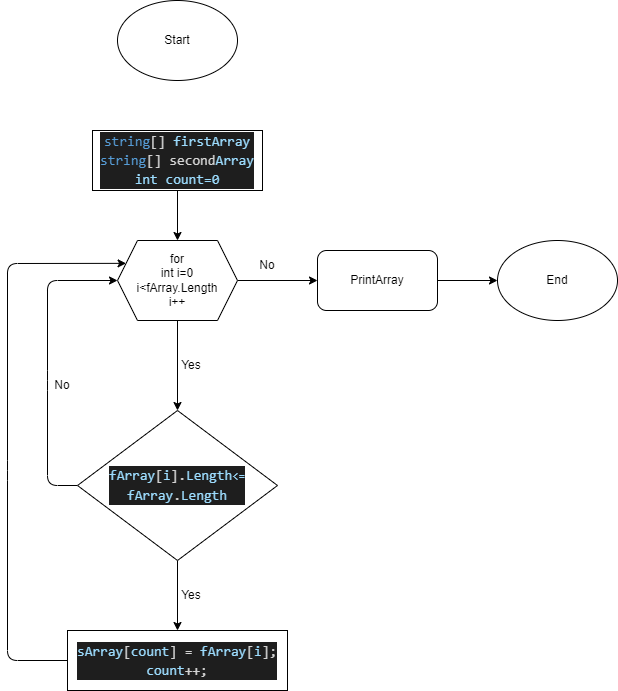
This is Diagram/scheme.drawio.png from Eugeniya94/FinalTest_1, a draw.io export, as it was before one commit. Source tidied: cells renumbered, new cells last; positions are measured from the earlier drawing's top-left corner, leaving out a move shared by most shapes.
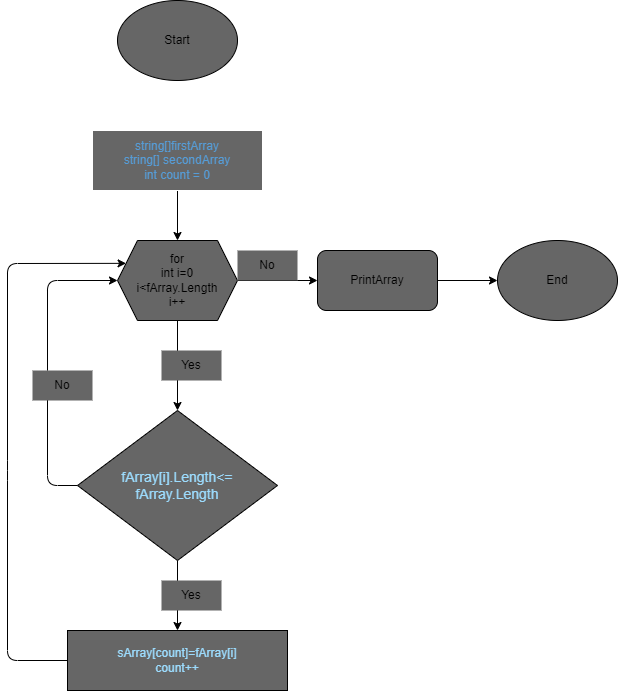
The same diagram one commit later.

What changed in the source:
```diff
@@ -2,25 +2,25 @@
   <root>
     <mxCell id="0" />
     <mxCell id="1" parent="0" />
-    <mxCell id="2" style="edgeStyle=none;html=1;entryX=0.5;entryY=0;entryDx=0;entryDy=0;" parent="1" edge="1" source="3" target="6">
+    <mxCell id="2" style="edgeStyle=none;html=1;entryX=0.5;entryY=0;entryDx=0;entryDy=0;fillColor=#666666;" parent="1" edge="1" source="3" target="6">
       <mxGeometry relative="1" as="geometry" />
     </mxCell>
-    <mxCell id="3" value="&lt;div style=&quot;color: rgb(212 , 212 , 212) ; background-color: rgb(30 , 30 , 30) ; font-family: &amp;#34;consolas&amp;#34; , &amp;#34;courier new&amp;#34; , monospace ; font-size: 14px ; line-height: 19px&quot;&gt;&lt;span style=&quot;color: #569cd6&quot;&gt;string&lt;/span&gt;[] &lt;span style=&quot;color: #9cdcfe&quot;&gt;firstArray&lt;/span&gt;&lt;/div&gt;&lt;div style=&quot;color: rgb(212 , 212 , 212) ; background-color: rgb(30 , 30 , 30) ; font-family: &amp;#34;consolas&amp;#34; , &amp;#34;courier new&amp;#34; , monospace ; font-size: 14px ; line-height: 19px&quot;&gt;&lt;div style=&quot;font-family: &amp;#34;consolas&amp;#34; , &amp;#34;courier new&amp;#34; , monospace ; line-height: 19px&quot;&gt;&lt;span style=&quot;color: #569cd6&quot;&gt;string&lt;/span&gt;[] second&lt;span style=&quot;color: #9cdcfe&quot;&gt;Array&lt;/span&gt;&lt;/div&gt;&lt;div style=&quot;font-family: &amp;#34;consolas&amp;#34; , &amp;#34;courier new&amp;#34; , monospace ; line-height: 19px&quot;&gt;&lt;span style=&quot;color: #9cdcfe&quot;&gt;int count=0&lt;/span&gt;&lt;/div&gt;&lt;/div&gt;" style="rounded=0;whiteSpace=wrap;html=1;" parent="1" vertex="1">
+    <mxCell id="3" value="&lt;font color=&quot;#569cd6&quot;&gt;string[]firstArray&lt;br&gt;string[] secondArray&lt;br&gt;int count = 0&lt;br&gt;&lt;/font&gt;" style="rounded=0;whiteSpace=wrap;html=1;fillColor=#666666;strokeColor=#FFFFFF;" parent="1" vertex="1">
       <mxGeometry x="85" y="130" width="170" height="60" as="geometry" />
     </mxCell>
-    <mxCell id="4" style="edgeStyle=none;html=1;entryX=0.5;entryY=0;entryDx=0;entryDy=0;" parent="1" edge="1" source="6" target="9">
+    <mxCell id="4" style="edgeStyle=none;html=1;entryX=0.5;entryY=0;entryDx=0;entryDy=0;fillColor=#666666;" parent="1" edge="1" source="6" target="9">
       <mxGeometry relative="1" as="geometry" />
     </mxCell>
-    <mxCell id="5" style="edgeStyle=none;html=1;entryX=0;entryY=0.5;entryDx=0;entryDy=0;" parent="1" edge="1" source="6" target="16">
+    <mxCell id="5" style="edgeStyle=none;html=1;entryX=0;entryY=0.5;entryDx=0;entryDy=0;fillColor=#666666;" parent="1" edge="1" source="6" target="16">
       <mxGeometry relative="1" as="geometry" />
     </mxCell>
-    <mxCell id="6" value="for&lt;br&gt;int i=0&lt;br&gt;i&amp;lt;fArray.Length&lt;br&gt;i++" style="shape=hexagon;perimeter=hexagonPerimeter2;whiteSpace=wrap;html=1;fixedSize=1;" parent="1" vertex="1">
+    <mxCell id="6" value="for&lt;br&gt;int i=0&lt;br&gt;i&amp;lt;fArray.Length&lt;br&gt;i++" style="shape=hexagon;perimeter=hexagonPerimeter2;whiteSpace=wrap;html=1;fixedSize=1;fillColor=#666666;" parent="1" vertex="1">
       <mxGeometry x="110" y="240" width="120" height="80" as="geometry" />
     </mxCell>
-    <mxCell id="7" style="edgeStyle=none;html=1;" parent="1" edge="1" source="9" target="12">
+    <mxCell id="7" style="edgeStyle=none;html=1;fillColor=#666666;" parent="1" edge="1" source="9" target="12">
       <mxGeometry relative="1" as="geometry" />
     </mxCell>
-    <mxCell id="8" style="edgeStyle=none;html=1;entryX=0;entryY=0.5;entryDx=0;entryDy=0;exitX=0;exitY=0.5;exitDx=0;exitDy=0;" parent="1" edge="1" source="9" target="6">
+    <mxCell id="8" style="edgeStyle=none;html=1;entryX=0;entryY=0.5;entryDx=0;entryDy=0;exitX=0;exitY=0.5;exitDx=0;exitDy=0;fillColor=#666666;" parent="1" edge="1" source="9" target="6">
       <mxGeometry relative="1" as="geometry">
         <Array as="points">
           <mxPoint x="40" y="485" />
@@ -29,13 +29,13 @@
         </Array>
       </mxGeometry>
     </mxCell>
-    <mxCell id="9" value="&lt;div style=&quot;color: rgb(212 , 212 , 212) ; background-color: rgb(30 , 30 , 30) ; font-family: &amp;#34;consolas&amp;#34; , &amp;#34;courier new&amp;#34; , monospace ; line-height: 19px&quot;&gt;&lt;span style=&quot;font-size: 14px ; color: rgb(156 , 220 , 254)&quot;&gt;fArray&lt;/span&gt;&lt;span style=&quot;font-size: 14px&quot;&gt;[&lt;/span&gt;&lt;span style=&quot;font-size: 14px ; color: rgb(156 , 220 , 254)&quot;&gt;i&lt;/span&gt;&lt;span style=&quot;font-size: 14px&quot;&gt;].&lt;/span&gt;&lt;span style=&quot;color: rgb(156 , 220 , 254)&quot;&gt;&lt;span style=&quot;font-size: 14px&quot;&gt;Length&lt;/span&gt;&lt;span style=&quot;font-size: 11.6667px&quot;&gt;&amp;lt;=&lt;/span&gt;&lt;/span&gt;&lt;/div&gt;&lt;div style=&quot;color: rgb(212 , 212 , 212) ; background-color: rgb(30 , 30 , 30) ; font-family: &amp;#34;consolas&amp;#34; , &amp;#34;courier new&amp;#34; , monospace ; line-height: 19px&quot;&gt;&lt;div style=&quot;font-family: &amp;#34;consolas&amp;#34; , &amp;#34;courier new&amp;#34; , monospace ; font-size: 14px ; line-height: 19px&quot;&gt;&lt;span style=&quot;color: #9cdcfe&quot;&gt;fArray&lt;/span&gt;.&lt;span style=&quot;color: #9cdcfe&quot;&gt;Length&lt;/span&gt;&lt;/div&gt;&lt;/div&gt;" style="rhombus;whiteSpace=wrap;html=1;" parent="1" vertex="1">
+    <mxCell id="9" value="&lt;font color=&quot;#9cdcfe&quot;&gt;&lt;span style=&quot;font-size: 14px&quot;&gt;fArray[i].Length&amp;lt;=&lt;br&gt;fArray.Length&lt;br&gt;&lt;/span&gt;&lt;/font&gt;" style="rhombus;whiteSpace=wrap;html=1;fillColor=#666666;" parent="1" vertex="1">
       <mxGeometry x="70" y="410" width="200" height="150" as="geometry" />
     </mxCell>
-    <mxCell id="10" value="Yes" style="text;html=1;strokeColor=none;fillColor=none;align=center;verticalAlign=middle;whiteSpace=wrap;rounded=0;" parent="1" vertex="1">
+    <mxCell id="10" value="Yes" style="text;html=1;strokeColor=none;fillColor=#666666;align=center;verticalAlign=middle;whiteSpace=wrap;rounded=0;" parent="1" vertex="1">
       <mxGeometry x="154" y="350" width="60" height="30" as="geometry" />
     </mxCell>
-    <mxCell id="11" style="edgeStyle=none;html=1;entryX=0;entryY=0.25;entryDx=0;entryDy=0;exitX=0;exitY=0.5;exitDx=0;exitDy=0;" parent="1" edge="1" source="12" target="6">
+    <mxCell id="11" style="edgeStyle=none;html=1;entryX=0;entryY=0.25;entryDx=0;entryDy=0;exitX=0;exitY=0.5;exitDx=0;exitDy=0;fillColor=#666666;" parent="1" edge="1" source="12" target="6">
       <mxGeometry relative="1" as="geometry">
         <Array as="points">
           <mxPoint y="660" />
@@ -44,31 +44,31 @@
         </Array>
       </mxGeometry>
     </mxCell>
-    <mxCell id="12" value="&lt;div style=&quot;color: rgb(212 , 212 , 212) ; background-color: rgb(30 , 30 , 30) ; font-family: &amp;#34;consolas&amp;#34; , &amp;#34;courier new&amp;#34; , monospace ; font-size: 14px ; line-height: 19px&quot;&gt;&lt;div&gt;&lt;span style=&quot;color: #9cdcfe&quot;&gt;sArray&lt;/span&gt;[&lt;span style=&quot;color: #9cdcfe&quot;&gt;count&lt;/span&gt;] = &lt;span style=&quot;color: #9cdcfe&quot;&gt;fArray&lt;/span&gt;[&lt;span style=&quot;color: #9cdcfe&quot;&gt;i&lt;/span&gt;];&lt;/div&gt;&lt;div&gt;&lt;span style=&quot;color: #9cdcfe&quot;&gt;count&lt;/span&gt;++;&lt;/div&gt;&lt;/div&gt;" style="rounded=0;whiteSpace=wrap;html=1;" parent="1" vertex="1">
+    <mxCell id="12" value="&lt;font color=&quot;#9cdcfe&quot;&gt;sArray[count]=fArray[i]&lt;br&gt;count++&lt;br&gt;&lt;/font&gt;" style="rounded=0;whiteSpace=wrap;html=1;fillColor=#666666;" parent="1" vertex="1">
       <mxGeometry x="60" y="630" width="220" height="60" as="geometry" />
     </mxCell>
-    <mxCell id="13" value="Yes" style="text;html=1;strokeColor=none;fillColor=none;align=center;verticalAlign=middle;whiteSpace=wrap;rounded=0;" parent="1" vertex="1">
+    <mxCell id="13" value="Yes" style="text;html=1;strokeColor=none;fillColor=#666666;align=center;verticalAlign=middle;whiteSpace=wrap;rounded=0;" parent="1" vertex="1">
       <mxGeometry x="154" y="580" width="60" height="30" as="geometry" />
     </mxCell>
-    <mxCell id="14" value="No" style="text;html=1;strokeColor=none;fillColor=none;align=center;verticalAlign=middle;whiteSpace=wrap;rounded=0;" parent="1" vertex="1">
+    <mxCell id="14" value="No" style="text;html=1;strokeColor=none;fillColor=#666666;align=center;verticalAlign=middle;whiteSpace=wrap;rounded=0;" parent="1" vertex="1">
       <mxGeometry x="25" y="370" width="60" height="30" as="geometry" />
     </mxCell>
-    <mxCell id="15" style="edgeStyle=none;html=1;" parent="1" edge="1" source="16" target="18">
+    <mxCell id="15" style="edgeStyle=none;html=1;fillColor=#666666;" parent="1" edge="1" source="16" target="18">
       <mxGeometry relative="1" as="geometry" />
     </mxCell>
-    <mxCell id="16" value="PrintArray" style="rounded=1;whiteSpace=wrap;html=1;" parent="1" vertex="1">
+    <mxCell id="16" value="PrintArray" style="rounded=1;whiteSpace=wrap;html=1;fillColor=#666666;" parent="1" vertex="1">
       <mxGeometry x="310" y="250" width="120" height="60" as="geometry" />
     </mxCell>
-    <mxCell id="17" value="No" style="text;html=1;strokeColor=none;fillColor=none;align=center;verticalAlign=middle;whiteSpace=wrap;rounded=0;" parent="1" vertex="1">
+    <mxCell id="17" value="No" style="text;html=1;strokeColor=none;fillColor=#666666;align=center;verticalAlign=middle;whiteSpace=wrap;rounded=0;" parent="1" vertex="1">
       <mxGeometry x="230" y="250" width="60" height="30" as="geometry" />
     </mxCell>
-    <mxCell id="18" value="End" style="ellipse;whiteSpace=wrap;html=1;" parent="1" vertex="1">
+    <mxCell id="18" value="End" style="ellipse;whiteSpace=wrap;html=1;fillColor=#666666;" parent="1" vertex="1">
       <mxGeometry x="490" y="240" width="120" height="80" as="geometry" />
     </mxCell>
-    <mxCell id="19" style="edgeStyle=none;html=1;entryX=0.5;entryY=0;entryDx=0;entryDy=0;strokeColor=#FFFFFF;" parent="1" edge="1" source="20" target="3">
+    <mxCell id="19" style="edgeStyle=none;html=1;entryX=0.5;entryY=0;entryDx=0;entryDy=0;strokeColor=#FFFFFF;fillColor=#FFFFFF;" parent="1" edge="1" source="20" target="3">
       <mxGeometry relative="1" as="geometry" />
     </mxCell>
-    <mxCell id="20" value="Start" style="ellipse;whiteSpace=wrap;html=1;" parent="1" vertex="1">
+    <mxCell id="20" value="Start" style="ellipse;whiteSpace=wrap;html=1;fillColor=#666666;" parent="1" vertex="1">
       <mxGeometry x="110" width="120" height="80" as="geometry" />
     </mxCell>
   </root>
```
